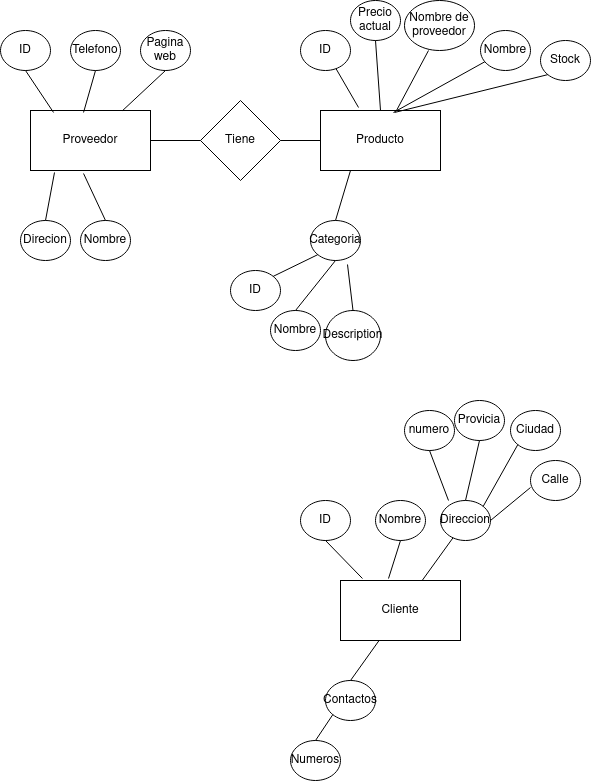
This is Unidad1/Tareas/Tarea1/Diagrama sin título.drawio.png from JVC0/Base-Datos, a draw.io export, as it was before one commit. Source tidied: cells renumbered, new cells last; positions are measured from the earlier drawing's top-left corner, leaving out a move shared by most shapes.
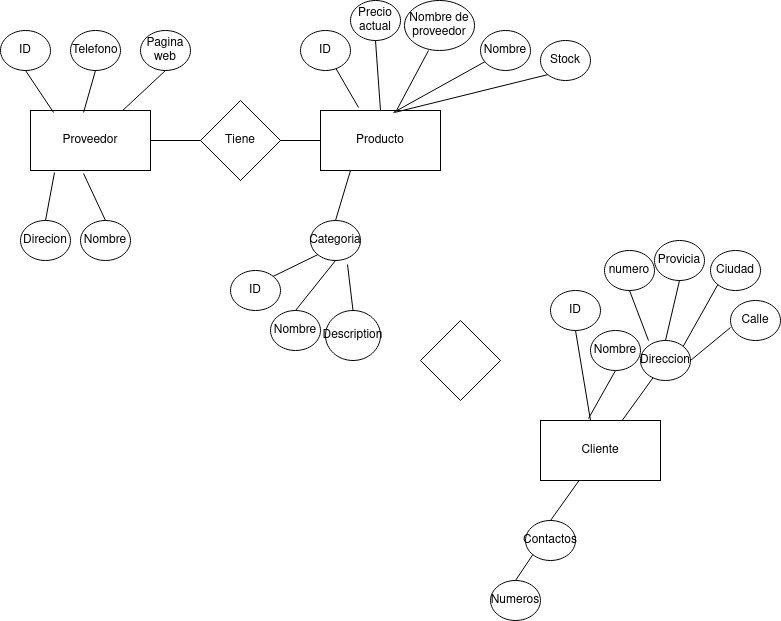
After the commit.

The edit, as a diff of the source:
```diff
@@ -39,16 +39,18 @@
       <mxGeometry x="320" y="110" width="120" height="60" as="geometry" />
     </mxCell>
     <mxCell id="14" value="&lt;div&gt;Cliente&lt;/div&gt;" style="rounded=0;whiteSpace=wrap;html=1;" parent="1" vertex="1">
-      <mxGeometry x="340" y="580" width="120" height="60" as="geometry" />
+      <mxGeometry x="540" y="420" width="120" height="60" as="geometry" />
     </mxCell>
     <mxCell id="15" value="ID" style="ellipse;whiteSpace=wrap;html=1;" parent="1" vertex="1">
-      <mxGeometry x="300" y="500" width="50" height="40" as="geometry" />
+      <mxGeometry x="550" y="290" width="50" height="40" as="geometry" />
     </mxCell>
-    <mxCell id="16" style="endArrow=none;html=1;rounded=0;exitX=0.183;exitY=-0.033;exitDx=0;exitDy=0;exitPerimeter=0;entryX=0.5;entryY=1;entryDx=0;entryDy=0;" parent="1" edge="1" source="14" target="15">
-      <mxGeometry relative="1" as="geometry" />
+    <mxCell id="16" style="endArrow=none;html=1;rounded=0;entryX=0.5;entryY=1;entryDx=0;entryDy=0;" parent="1" edge="1" target="15">
+      <mxGeometry relative="1" as="geometry">
+        <mxPoint x="590" y="420" as="sourcePoint" />
+      </mxGeometry>
     </mxCell>
     <mxCell id="17" value="&lt;div&gt;Nombre&lt;/div&gt;" style="ellipse;whiteSpace=wrap;html=1;" parent="1" vertex="1">
-      <mxGeometry x="375" y="500" width="50" height="40" as="geometry" />
+      <mxGeometry x="590" y="330" width="50" height="40" as="geometry" />
     </mxCell>
     <mxCell id="18" style="endArrow=none;html=1;rounded=0;entryX=0.5;entryY=1;entryDx=0;entryDy=0;exitX=0.4;exitY=-0.033;exitDx=0;exitDy=0;exitPerimeter=0;" parent="1" edge="1" source="14" target="17">
       <mxGeometry relative="1" as="geometry" />
@@ -57,28 +59,28 @@
       <mxGeometry x="200" y="100" width="80" height="80" as="geometry" />
     </mxCell>
     <mxCell id="20" value="Direccion" style="ellipse;whiteSpace=wrap;html=1;" parent="1" vertex="1">
-      <mxGeometry x="440" y="500" width="50" height="40" as="geometry" />
+      <mxGeometry x="640" y="340" width="50" height="40" as="geometry" />
     </mxCell>
     <mxCell id="21" style="endArrow=none;html=1;rounded=0;" parent="1" edge="1" source="14" target="20">
       <mxGeometry relative="1" as="geometry" />
     </mxCell>
     <mxCell id="22" value="&lt;div&gt;Contactos&lt;/div&gt;" style="ellipse;whiteSpace=wrap;html=1;" parent="1" vertex="1">
-      <mxGeometry x="325" y="680" width="50" height="40" as="geometry" />
+      <mxGeometry x="525" y="520" width="50" height="40" as="geometry" />
     </mxCell>
     <mxCell id="23" style="endArrow=none;html=1;rounded=0;exitX=0.5;exitY=0;exitDx=0;exitDy=0;" parent="1" edge="1" source="22" target="14">
       <mxGeometry relative="1" as="geometry" />
     </mxCell>
     <mxCell id="24" value="&lt;div&gt;Provicia&lt;/div&gt;" style="ellipse;whiteSpace=wrap;html=1;" parent="1" vertex="1">
-      <mxGeometry x="454" y="400" width="50" height="40" as="geometry" />
+      <mxGeometry x="654" y="240" width="50" height="40" as="geometry" />
     </mxCell>
     <mxCell id="25" value="numero" style="ellipse;whiteSpace=wrap;html=1;" parent="1" vertex="1">
-      <mxGeometry x="404" y="410" width="50" height="40" as="geometry" />
+      <mxGeometry x="604" y="250" width="50" height="40" as="geometry" />
     </mxCell>
     <mxCell id="26" value="Calle" style="ellipse;whiteSpace=wrap;html=1;" parent="1" vertex="1">
-      <mxGeometry x="530" y="460" width="50" height="40" as="geometry" />
+      <mxGeometry x="730" y="300" width="50" height="40" as="geometry" />
     </mxCell>
     <mxCell id="27" value="Ciudad" style="ellipse;whiteSpace=wrap;html=1;" parent="1" vertex="1">
-      <mxGeometry x="510" y="410" width="50" height="40" as="geometry" />
+      <mxGeometry x="710" y="250" width="50" height="40" as="geometry" />
     </mxCell>
     <mxCell id="28" style="endArrow=none;html=1;rounded=0;entryX=0.5;entryY=1;entryDx=0;entryDy=0;exitX=0.16;exitY=0;exitDx=0;exitDy=0;exitPerimeter=0;" parent="1" edge="1" source="20" target="25">
       <mxGeometry relative="1" as="geometry" />
@@ -93,7 +95,7 @@
       <mxGeometry relative="1" as="geometry" />
     </mxCell>
     <mxCell id="32" value="&lt;div&gt;Numeros&lt;/div&gt;" style="ellipse;whiteSpace=wrap;html=1;" parent="1" vertex="1">
-      <mxGeometry x="290" y="740" width="50" height="40" as="geometry" />
+      <mxGeometry x="490" y="580" width="50" height="40" as="geometry" />
     </mxCell>
     <mxCell id="33" style="endArrow=none;html=1;rounded=0;exitX=0.5;exitY=0;exitDx=0;exitDy=0;entryX=0;entryY=1;entryDx=0;entryDy=0;" parent="1" edge="1" source="32" target="22">
       <mxGeometry relative="1" as="geometry" />
@@ -158,5 +160,8 @@
     <mxCell id="53" style="endArrow=none;html=1;rounded=0;exitX=0.5;exitY=0;exitDx=0;exitDy=0;entryX=0.74;entryY=1.1;entryDx=0;entryDy=0;entryPerimeter=0;" parent="1" edge="1" source="50" target="39">
       <mxGeometry relative="1" as="geometry" />
     </mxCell>
+    <mxCell id="54" style="rhombus;whiteSpace=wrap;html=1;" parent="1" vertex="1">
+      <mxGeometry x="420" y="320" width="80" height="80" as="geometry" />
+    </mxCell>
   </root>
 </mxGraphModel>
```
